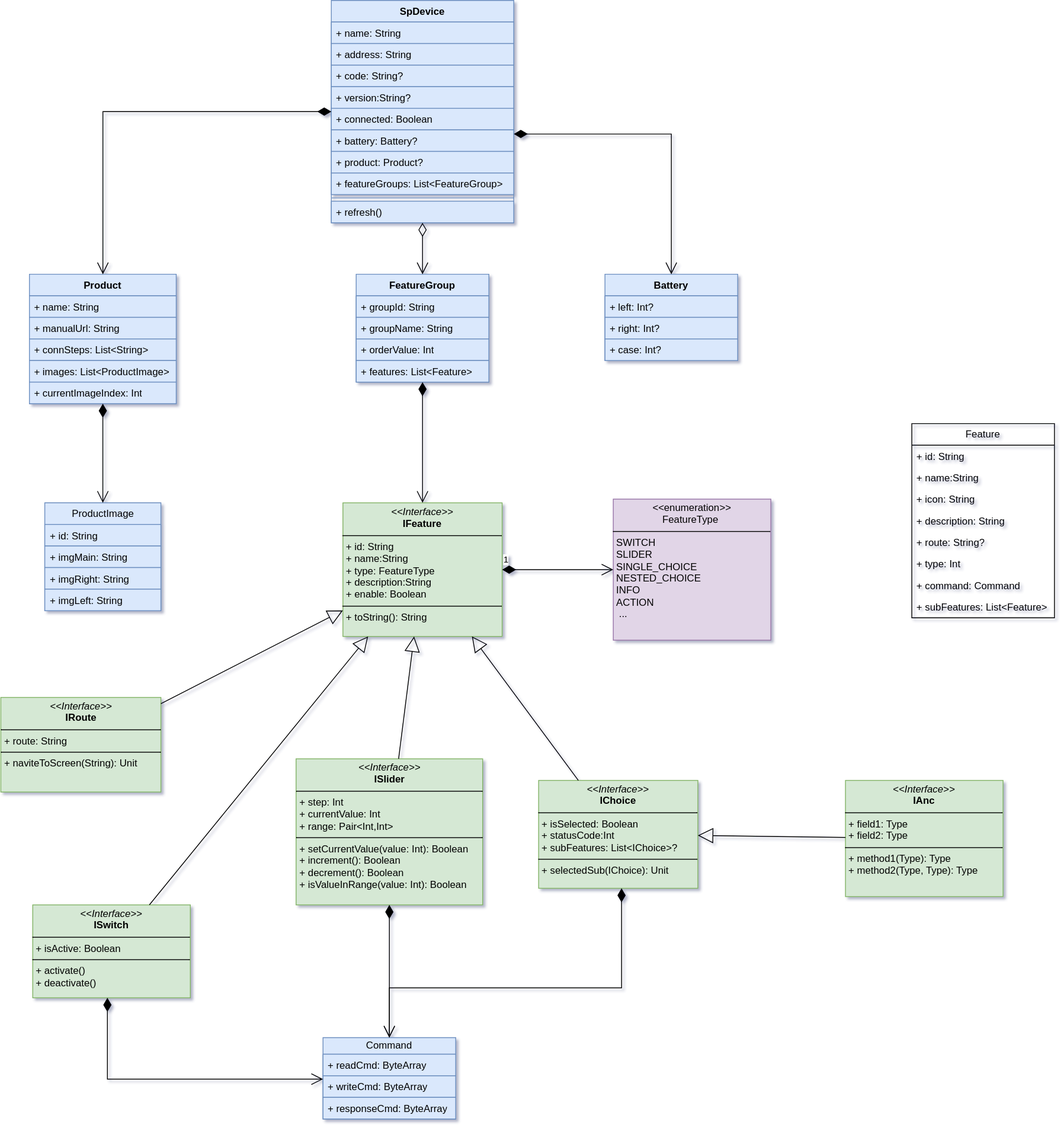
Above: sp-device.drawio.svg in kekemao00/draw-libs (draw.io), before the change. Source tidied: cells renumbered, new cells last; positions are measured from the earlier drawing's top-left corner, leaving out a move shared by most shapes.
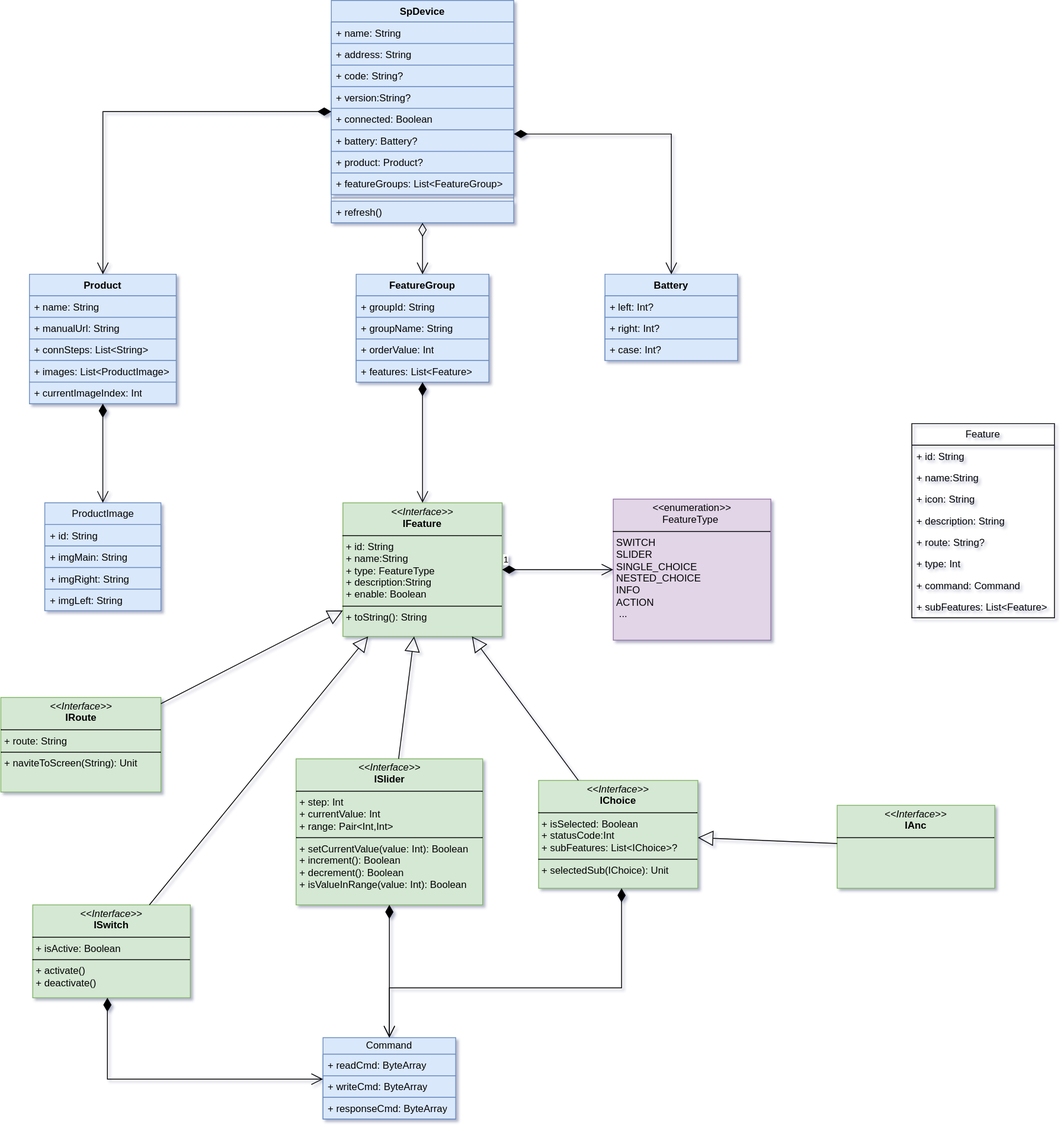
The same file after the commit.

The edit, as a diff of the source:
```diff
@@ -143,8 +143,8 @@
     <mxCell id="48" value="&lt;p style=&quot;margin:0px;margin-top:4px;text-align:center;&quot;&gt;&lt;i&gt;&amp;lt;&amp;lt;Interface&amp;gt;&amp;gt;&lt;/i&gt;&lt;br&gt;&lt;b&gt;IChoice&lt;/b&gt;&lt;/p&gt;&lt;hr size=&quot;1&quot; style=&quot;border-style:solid;&quot;&gt;&lt;p style=&quot;margin:0px;margin-left:4px;&quot;&gt;+ isSelected: Boolean&lt;br&gt;+ statusCode:Int&lt;br&gt;+ subFeatures: List&amp;lt;IChoice&amp;gt;?&lt;/p&gt;&lt;hr size=&quot;1&quot; style=&quot;border-style:solid;&quot;&gt;&lt;p style=&quot;margin:0px;margin-left:4px;&quot;&gt;+ selectedSub(IChoice): Unit&lt;br&gt;&lt;/p&gt;" style="verticalAlign=top;align=left;overflow=fill;html=1;whiteSpace=wrap;fillColor=#d5e8d4;strokeColor=#82b366;" parent="1" vertex="1">
       <mxGeometry x="648" y="940" width="192" height="130" as="geometry" />
     </mxCell>
-    <mxCell id="49" value="&lt;p style=&quot;margin:0px;margin-top:4px;text-align:center;&quot;&gt;&lt;i&gt;&amp;lt;&amp;lt;Interface&amp;gt;&amp;gt;&lt;/i&gt;&lt;br&gt;&lt;b&gt;IAnc&lt;/b&gt;&lt;/p&gt;&lt;hr size=&quot;1&quot; style=&quot;border-style:solid;&quot;&gt;&lt;p style=&quot;margin:0px;margin-left:4px;&quot;&gt;+ field1: Type&lt;br&gt;+ field2: Type&lt;/p&gt;&lt;hr size=&quot;1&quot; style=&quot;border-style:solid;&quot;&gt;&lt;p style=&quot;margin:0px;margin-left:4px;&quot;&gt;+ method1(Type): Type&lt;br&gt;+ method2(Type, Type): Type&lt;/p&gt;" style="verticalAlign=top;align=left;overflow=fill;html=1;whiteSpace=wrap;fillColor=#d5e8d4;strokeColor=#82b366;" parent="1" vertex="1">
-      <mxGeometry x="1018" y="940" width="190" height="140" as="geometry" />
+    <mxCell id="49" value="&lt;p style=&quot;margin:0px;margin-top:4px;text-align:center;&quot;&gt;&lt;i&gt;&amp;lt;&amp;lt;Interface&amp;gt;&amp;gt;&lt;/i&gt;&lt;br&gt;&lt;b&gt;IAnc&lt;/b&gt;&lt;/p&gt;&lt;hr size=&quot;1&quot; style=&quot;border-style:solid;&quot;&gt;&lt;p style=&quot;margin:0px;margin-left:4px;&quot;&gt;&lt;br&gt;&lt;/p&gt;" style="verticalAlign=top;align=left;overflow=fill;html=1;whiteSpace=wrap;fillColor=#d5e8d4;strokeColor=#82b366;" parent="1" vertex="1">
+      <mxGeometry x="1008" y="970" width="190" height="100" as="geometry" />
     </mxCell>
     <mxCell id="50" value="&lt;p style=&quot;margin:0px;margin-top:4px;text-align:center;&quot;&gt;&lt;i&gt;&amp;lt;&amp;lt;Interface&amp;gt;&amp;gt;&lt;/i&gt;&lt;br&gt;&lt;b&gt;ISwitch&lt;/b&gt;&lt;/p&gt;&lt;hr size=&quot;1&quot; style=&quot;border-style:solid;&quot;&gt;&lt;p style=&quot;margin:0px;margin-left:4px;&quot;&gt;+ isActive: Boolean&lt;br&gt;&lt;/p&gt;&lt;hr size=&quot;1&quot; style=&quot;border-style:solid;&quot;&gt;&lt;p style=&quot;margin:0px;margin-left:4px;&quot;&gt;+ activate()&lt;br&gt;+ deactivate()&lt;/p&gt;" style="verticalAlign=top;align=left;overflow=fill;html=1;whiteSpace=wrap;fillColor=#d5e8d4;strokeColor=#82b366;" parent="1" vertex="1">
       <mxGeometry x="38" y="1090" width="190" height="112" as="geometry" />
```
